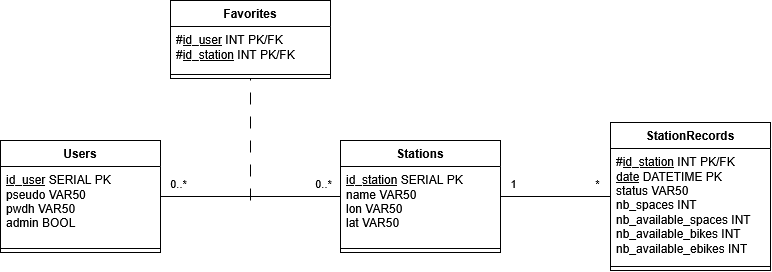
Before: doc/rapport_analyse/img/diag_modele_donnees.png, a diagram exported from draw.io (Eddboy-ensai/ensai-it-project-2a-team14). Source tidied: cells renumbered, new cells last; positions are measured from the earlier drawing's top-left corner, leaving out a move shared by most shapes.
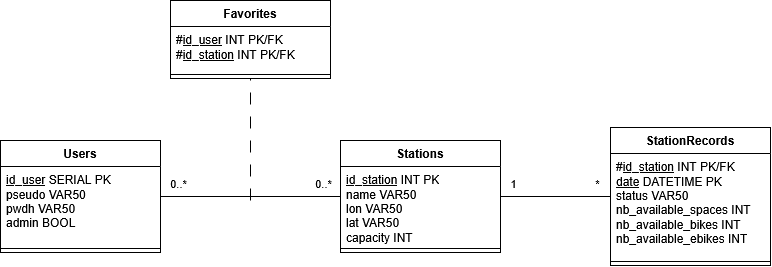
After the commit.

Diff of the diagram source:
```diff
@@ -21,9 +21,9 @@
     <mxCell id="6" value="&lt;div&gt;&lt;u&gt;id_user&lt;/u&gt; SERIAL PK&lt;/div&gt;&lt;div&gt;pseudo VAR50&lt;/div&gt;&lt;div&gt;pwdh VAR50&lt;/div&gt;&lt;div&gt;admin BOOL&lt;/div&gt;" style="text;strokeColor=none;fillColor=none;align=left;verticalAlign=top;spacingLeft=4;spacingRight=4;overflow=hidden;whiteSpace=wrap;html=1;" parent="5" vertex="1">
       <mxGeometry y="26" width="160" height="78" as="geometry" />
     </mxCell>
-    <mxCell id="7" style="line;strokeWidth=1;fillColor=none;align=left;verticalAlign=middle;spacingTop=-1;spacingLeft=3;spacingRight=3;labelPosition=right;strokeColor=inherit;" parent="5" vertex="1">
-      <mxGeometry y="104" width="160" height="8" as="geometry" />
-    </mxCell>
+    <mxCell id="21" style="line;strokeWidth=1;fillColor=none;align=left;verticalAlign=middle;spacingTop=-1;spacingLeft=3;spacingRight=3;labelPosition=right;strokeColor=inherit;" parent="5" vertex="1">
+      <mxGeometry y="104" width="160" height="8" as="geometry" />
+    </mxCell>
     <mxCell id="8" value="Favorites" style="swimlane;fontStyle=1;align=center;verticalAlign=top;horizontal=1;startSize=26;whiteSpace=wrap;html=1;" parent="1" vertex="1">
       <mxGeometry x="170" width="160" height="78" as="geometry" />
     </mxCell>
@@ -49,25 +49,25 @@
     <mxCell id="14" value="Stations" style="swimlane;fontStyle=1;align=center;verticalAlign=top;horizontal=1;startSize=26;whiteSpace=wrap;html=1;" parent="1" vertex="1">
       <mxGeometry x="340" y="140" width="160" height="112" as="geometry" />
     </mxCell>
-    <mxCell id="15" value="&lt;div&gt;&lt;u&gt;id_station&lt;/u&gt; SERIAL PK&lt;/div&gt;&lt;div&gt;name VAR50&lt;/div&gt;&lt;div&gt;lon VAR50&lt;/div&gt;&lt;div&gt;lat VAR50&lt;/div&gt;" style="text;strokeColor=none;fillColor=none;align=left;verticalAlign=top;spacingLeft=4;spacingRight=4;overflow=hidden;whiteSpace=wrap;html=1;" parent="14" vertex="1">
-      <mxGeometry y="26" width="160" height="78" as="geometry" />
-    </mxCell>
-    <mxCell id="16" style="line;strokeWidth=1;fillColor=none;align=left;verticalAlign=middle;spacingTop=-1;spacingLeft=3;spacingRight=3;labelPosition=right;strokeColor=inherit;" parent="14" vertex="1">
-      <mxGeometry y="104" width="160" height="8" as="geometry" />
-    </mxCell>
+    <mxCell id="22" value="&lt;div&gt;&lt;u&gt;id_station&lt;/u&gt;&amp;nbsp;INT PK&lt;/div&gt;&lt;div&gt;name VAR50&lt;/div&gt;&lt;div&gt;lon VAR50&lt;/div&gt;&lt;div&gt;lat VAR50&lt;/div&gt;&lt;div&gt;capacity INT&lt;/div&gt;" style="text;strokeColor=none;fillColor=none;align=left;verticalAlign=top;spacingLeft=4;spacingRight=4;overflow=hidden;whiteSpace=wrap;html=1;" parent="14" vertex="1">
+      <mxGeometry y="26" width="160" height="78" as="geometry" />
+    </mxCell>
+    <mxCell id="23" style="line;strokeWidth=1;fillColor=none;align=left;verticalAlign=middle;spacingTop=-1;spacingLeft=3;spacingRight=3;labelPosition=right;strokeColor=inherit;" parent="14" vertex="1">
+      <mxGeometry y="104" width="160" height="8" as="geometry" />
+    </mxCell>
     <mxCell id="17" value="StationRecords" style="swimlane;fontStyle=1;align=center;verticalAlign=top;horizontal=1;startSize=26;whiteSpace=wrap;html=1;" parent="1" vertex="1">
-      <mxGeometry x="610" y="122" width="160" height="148" as="geometry" />
+      <mxGeometry x="610" y="127" width="160" height="138" as="geometry" />
     </mxCell>
-    <mxCell id="18" value="&lt;div&gt;#&lt;u&gt;id_station&lt;/u&gt;&amp;nbsp;INT PK/FK&lt;/div&gt;&lt;div&gt;&lt;u&gt;date&lt;/u&gt; DATETIME PK&lt;/div&gt;&lt;div&gt;status VAR50&lt;/div&gt;&lt;div&gt;nb_spaces INT&lt;/div&gt;&lt;div&gt;nb_available_spaces INT&lt;/div&gt;&lt;div&gt;nb_available_bikes INT&lt;/div&gt;&lt;div&gt;nb_available_ebikes INT&lt;/div&gt;" style="text;strokeColor=none;fillColor=none;align=left;verticalAlign=top;spacingLeft=4;spacingRight=4;overflow=hidden;whiteSpace=wrap;html=1;" parent="17" vertex="1">
-      <mxGeometry y="26" width="160" height="114" as="geometry" />
-    </mxCell>
-    <mxCell id="19" style="line;strokeWidth=1;fillColor=none;align=left;verticalAlign=middle;spacingTop=-1;spacingLeft=3;spacingRight=3;labelPosition=right;strokeColor=inherit;" parent="17" vertex="1">
-      <mxGeometry y="140" width="160" height="8" as="geometry" />
-    </mxCell>
-    <mxCell id="20" style="endArrow=none;html=1;rounded=0;entryX=0.5;entryY=1;entryDx=0;entryDy=0;dashed=1;dashPattern=12 12;" parent="1" edge="1" target="8">
-      <mxGeometry relative="1" as="geometry">
-        <mxPoint x="250" y="200" as="sourcePoint" />
-      </mxGeometry>
-    </mxCell>
+    <mxCell id="24" value="&lt;div&gt;#&lt;u&gt;id_station&lt;/u&gt;&amp;nbsp;INT PK/FK&lt;/div&gt;&lt;div&gt;&lt;u&gt;date&lt;/u&gt; DATETIME PK&lt;/div&gt;&lt;div&gt;status VAR50&lt;/div&gt;&lt;div&gt;nb_available_spaces INT&lt;/div&gt;&lt;div&gt;nb_available_bikes INT&lt;/div&gt;&lt;div&gt;nb_available_ebikes INT&lt;/div&gt;" style="text;strokeColor=none;fillColor=none;align=left;verticalAlign=top;spacingLeft=4;spacingRight=4;overflow=hidden;whiteSpace=wrap;html=1;" parent="17" vertex="1">
+      <mxGeometry y="26" width="160" height="104" as="geometry" />
+    </mxCell>
+    <mxCell id="25" style="line;strokeWidth=1;fillColor=none;align=left;verticalAlign=middle;spacingTop=-1;spacingLeft=3;spacingRight=3;labelPosition=right;strokeColor=inherit;" parent="17" vertex="1">
+      <mxGeometry y="130" width="160" height="8" as="geometry" />
+    </mxCell>
+    <mxCell id="26" style="endArrow=none;html=1;rounded=0;entryX=0.5;entryY=1;entryDx=0;entryDy=0;dashed=1;dashPattern=12 12;" parent="1" edge="1" target="8">
+      <mxGeometry relative="1" as="geometry">
+        <mxPoint x="250" y="200" as="sourcePoint" />
+      </mxGeometry>
+    </mxCell>
   </root>
 </mxGraphModel>
```
